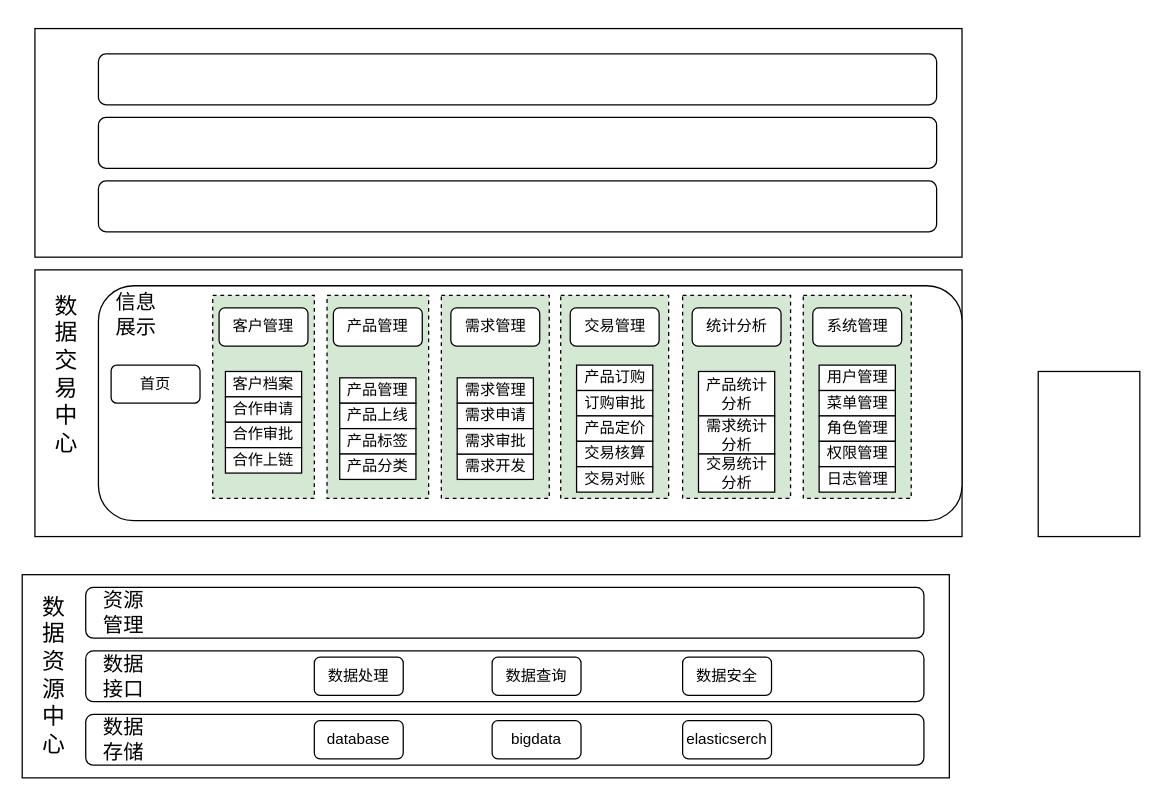
This is page "第 1 页" (1 of 2) of drawio/数据平台.drawio from raingnight/Blog_Pic, a draw.io file, before an edit. Source tidied: cells renumbered, new cells numbered last; positions are measured from the earlier drawing's top-left corner, leaving out a move shared by most shapes. Both pictures are drawn from the tidied source at 127%, with x=0, y=0 at pixel (22, 28).
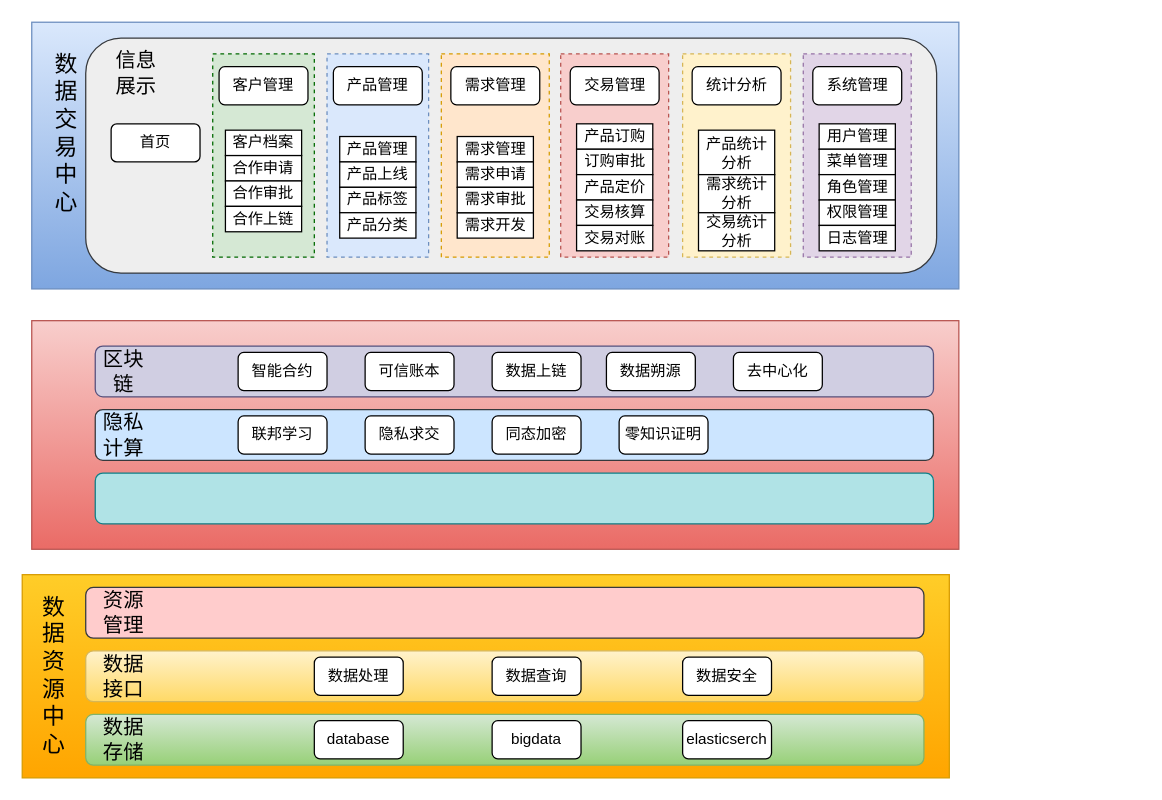
Above is the later version.

Commit message:
更新数据平台.drawio

What changed in the source:
```diff
@@
-    <mxCell id="2" style="rounded=0;whiteSpace=wrap;html=1;" parent="1" vertex="1">
+    <mxCell id="2" style="rounded=0;whiteSpace=wrap;html=1;fillColor=#ffcd28;gradientColor=#ffa500;strokeColor=#d79b00;" parent="1" vertex="1">
       <mxGeometry y="430" width="730" height="160" as="geometry" />
     </mxCell>
-    <mxCell id="3" style="rounded=0;whiteSpace=wrap;html=1;" parent="1" vertex="1">
-      <mxGeometry x="10" y="190" width="730" height="210" as="geometry" />
+    <mxCell id="3" style="rounded=0;whiteSpace=wrap;html=1;fillColor=#dae8fc;strokeColor=#6c8ebf;gradientColor=#7ea6e0;" parent="1" vertex="1">
+      <mxGeometry x="7.5" y="-5" width="730" height="210" as="geometry" />
     </mxCell>
-    <mxCell id="4" style="rounded=0;whiteSpace=wrap;html=1;" parent="1" vertex="1">
-      <mxGeometry x="10" width="730" height="180" as="geometry" />
+    <mxCell id="4" style="rounded=0;whiteSpace=wrap;html=1;fillColor=#f8cecc;gradientColor=#ea6b66;strokeColor=#b85450;gradientDirection=south;" parent="1" vertex="1">
+      <mxGeometry x="7.5" y="230" width="730" height="180" as="geometry" />
     </mxCell>
-    <mxCell id="5" style="rounded=1;whiteSpace=wrap;html=1;" parent="1" vertex="1">
+    <mxCell id="5" style="rounded=1;whiteSpace=wrap;html=1;fillColor=#fff2cc;gradientColor=#ffd966;strokeColor=#d6b656;" parent="1" vertex="1">
       <mxGeometry x="50" y="490" width="660" height="40" as="geometry" />
     </mxCell>
-    <mxCell id="6" style="rounded=1;whiteSpace=wrap;html=1;" parent="1" vertex="1">
+    <mxCell id="6" style="rounded=1;whiteSpace=wrap;html=1;fillColor=#d5e8d4;gradientColor=#97d077;strokeColor=#82b366;" parent="1" vertex="1">
       <mxGeometry x="50" y="540" width="660" height="40" as="geometry" />
     </mxCell>
-    <mxCell id="7" style="rounded=1;whiteSpace=wrap;html=1;" parent="1" vertex="1">
+    <mxCell id="7" style="rounded=1;whiteSpace=wrap;html=1;fillColor=#ffcccc;strokeColor=#36393d;" parent="1" vertex="1">
       <mxGeometry x="50" y="440" width="660" height="40" as="geometry" />
     </mxCell>
-    <mxCell id="8" style="rounded=1;whiteSpace=wrap;html=1;" parent="1" vertex="1">
-      <mxGeometry x="60" y="202.5" width="680" height="185" as="geometry" />
+    <mxCell id="8" style="rounded=1;whiteSpace=wrap;html=1;fillColor=#eeeeee;strokeColor=#36393d;" parent="1" vertex="1">
+      <mxGeometry x="50" y="7.5" width="670" height="185" as="geometry" />
     </mxCell>
-    <mxCell id="9" style="rounded=1;whiteSpace=wrap;html=1;" parent="1" vertex="1">
-      <mxGeometry x="60" y="20" width="660" height="40" as="geometry" />
+    <mxCell id="9" style="rounded=1;whiteSpace=wrap;html=1;fillColor=#d0cee2;strokeColor=#56517e;" parent="1" vertex="1">
+      <mxGeometry x="57.5" y="250" width="660" height="40" as="geometry" />
     </mxCell>
-    <mxCell id="10" style="rounded=1;whiteSpace=wrap;html=1;" parent="1" vertex="1">
-      <mxGeometry x="60" y="70" width="660" height="40" as="geometry" />
+    <mxCell id="10" style="rounded=1;whiteSpace=wrap;html=1;fillColor=#cce5ff;strokeColor=#36393d;" parent="1" vertex="1">
+      <mxGeometry x="57.5" y="300" width="660" height="40" as="geometry" />
     </mxCell>
-    <mxCell id="11" style="rounded=1;whiteSpace=wrap;html=1;" parent="1" vertex="1">
-      <mxGeometry x="60" y="120" width="660" height="40" as="geometry" />
+    <mxCell id="11" style="rounded=1;whiteSpace=wrap;html=1;fillColor=#b0e3e6;strokeColor=#0e8088;" parent="1" vertex="1">
+      <mxGeometry x="57.5" y="350" width="660" height="40" as="geometry" />
     </mxCell>
@@
     <mxCell id="22" value="数据交易中心" style="text;html=1;strokeColor=none;fillColor=none;align=center;verticalAlign=middle;whiteSpace=wrap;rounded=0;fontSize=18;" parent="1" vertex="1">
-      <mxGeometry x="30" y="205" width="10" height="135" as="geometry" />
+      <mxGeometry x="30" y="15" width="10" height="135" as="geometry" />
     </mxCell>
     <mxCell id="23" value="信息展示" style="text;html=1;strokeColor=none;fillColor=none;align=center;verticalAlign=middle;whiteSpace=wrap;rounded=0;fontSize=16;" parent="1" vertex="1">
-      <mxGeometry x="70" y="210" width="40" height="30" as="geometry" />
+      <mxGeometry x="70" y="20" width="40" height="30" as="geometry" />
     </mxCell>
     <mxCell id="24" value="首页" style="rounded=1;whiteSpace=wrap;html=1;" parent="1" vertex="1">
-      <mxGeometry x="70" y="265" width="70" height="30" as="geometry" />
+      <mxGeometry x="70" y="75" width="70" height="30" as="geometry" />
     </mxCell>
-    <mxCell id="25" style="rounded=0;whiteSpace=wrap;html=1;" parent="1" vertex="1">
-      <mxGeometry x="800" y="270" width="80" height="130" as="geometry" />
-    </mxCell>
+    <mxCell id="65" style="group;" parent="1" vertex="1">
+      <mxGeometry x="150" y="20" width="80" height="160" as="geometry" />
+    </mxCell>
-    <mxCell id="26" style="rounded=0;whiteSpace=wrap;html=1;fillColor=#d5e8d4;strokeColor=#000000;dashed=1;" parent="1" vertex="1">
-      <mxGeometry x="150" y="210" width="80" height="160" as="geometry" />
+    <mxCell id="26" style="rounded=0;whiteSpace=wrap;html=1;fillColor=#d5e8d4;strokeColor=#006900;dashed=1;" parent="65" vertex="1">
+      <mxGeometry width="80" height="160" as="geometry" />
     </mxCell>
-    <mxCell id="27" value="客户管理" style="rounded=1;whiteSpace=wrap;html=1;" parent="1" vertex="1">
-      <mxGeometry x="155" y="220" width="70" height="30" as="geometry" />
+    <mxCell id="27" value="客户管理" style="rounded=1;whiteSpace=wrap;html=1;" parent="65" vertex="1">
+      <mxGeometry x="5" y="10" width="70" height="30" as="geometry" />
     </mxCell>
-    <mxCell id="28" style="group;" parent="1" vertex="1">
-      <mxGeometry x="160" y="270" width="60" height="80" as="geometry" />
+    <mxCell id="28" style="group;" parent="65" vertex="1">
+      <mxGeometry x="10" y="60" width="60" height="80" as="geometry" />
     </mxCell>
@@
+    <mxCell id="66" style="group;" parent="1" vertex="1">
+      <mxGeometry x="240" y="20" width="80" height="160" as="geometry" />
+    </mxCell>
-    <mxCell id="33" style="rounded=0;whiteSpace=wrap;html=1;fillColor=#d5e8d4;strokeColor=#000000;dashed=1;" parent="1" vertex="1">
-      <mxGeometry x="240" y="210" width="80" height="160" as="geometry" />
+    <mxCell id="33" style="rounded=0;whiteSpace=wrap;html=1;fillColor=#dae8fc;strokeColor=#6c8ebf;dashed=1;" parent="66" vertex="1">
+      <mxGeometry width="80" height="160" as="geometry" />
     </mxCell>
-    <mxCell id="34" value="产品管理" style="rounded=1;whiteSpace=wrap;html=1;" parent="1" vertex="1">
-      <mxGeometry x="245" y="220" width="70" height="30" as="geometry" />
+    <mxCell id="34" value="产品管理" style="rounded=1;whiteSpace=wrap;html=1;" parent="66" vertex="1">
+      <mxGeometry x="5" y="10" width="70" height="30" as="geometry" />
     </mxCell>
-    <mxCell id="35" style="group;" parent="1" vertex="1">
-      <mxGeometry x="250" y="275" width="60" height="80" as="geometry" />
+    <mxCell id="35" style="group;" parent="66" vertex="1">
+      <mxGeometry x="10" y="65" width="60" height="80" as="geometry" />
     </mxCell>
@@
+    <mxCell id="67" style="group;" parent="1" vertex="1">
+      <mxGeometry x="330" y="20" width="85" height="160" as="geometry" />
+    </mxCell>
-    <mxCell id="40" style="rounded=0;whiteSpace=wrap;html=1;fillColor=#d5e8d4;strokeColor=#000000;dashed=1;" parent="1" vertex="1">
-      <mxGeometry x="330" y="210" width="85" height="160" as="geometry" />
+    <mxCell id="40" style="rounded=0;whiteSpace=wrap;html=1;fillColor=#ffe6cc;strokeColor=#d79b00;dashed=1;" parent="67" vertex="1">
+      <mxGeometry width="85" height="160" as="geometry" />
     </mxCell>
-    <mxCell id="41" value="需求管理" style="rounded=1;whiteSpace=wrap;html=1;" parent="1" vertex="1">
-      <mxGeometry x="337.5" y="220" width="70" height="30" as="geometry" />
+    <mxCell id="41" value="需求管理" style="rounded=1;whiteSpace=wrap;html=1;" parent="67" vertex="1">
+      <mxGeometry x="7.5" y="10" width="70" height="30" as="geometry" />
     </mxCell>
-    <mxCell id="42" value="需求管理" style="rounded=0;whiteSpace=wrap;html=1;" parent="1" vertex="1">
-      <mxGeometry x="342.5" y="275" width="60" height="20" as="geometry" />
+    <mxCell id="42" value="需求管理" style="rounded=0;whiteSpace=wrap;html=1;" parent="67" vertex="1">
+      <mxGeometry x="12.5" y="65" width="60" height="20" as="geometry" />
     </mxCell>
-    <mxCell id="43" value="需求申请" style="rounded=0;whiteSpace=wrap;html=1;" parent="1" vertex="1">
-      <mxGeometry x="342.5" y="295" width="60" height="20" as="geometry" />
+    <mxCell id="43" value="需求申请" style="rounded=0;whiteSpace=wrap;html=1;" parent="67" vertex="1">
+      <mxGeometry x="12.5" y="85" width="60" height="20" as="geometry" />
     </mxCell>
-    <mxCell id="44" value="需求开发" style="rounded=0;whiteSpace=wrap;html=1;" parent="1" vertex="1">
-      <mxGeometry x="342.5" y="335" width="60" height="20" as="geometry" />
+    <mxCell id="44" value="需求开发" style="rounded=0;whiteSpace=wrap;html=1;" parent="67" vertex="1">
+      <mxGeometry x="12.5" y="125" width="60" height="20" as="geometry" />
     </mxCell>
-    <mxCell id="45" value="需求审批" style="rounded=0;whiteSpace=wrap;html=1;" parent="1" vertex="1">
-      <mxGeometry x="342.5" y="315" width="60" height="20" as="geometry" />
+    <mxCell id="45" value="需求审批" style="rounded=0;whiteSpace=wrap;html=1;" parent="67" vertex="1">
+      <mxGeometry x="12.5" y="105" width="60" height="20" as="geometry" />
     </mxCell>
+    <mxCell id="68" style="group;" parent="1" vertex="1">
+      <mxGeometry x="424" y="20" width="85" height="160" as="geometry" />
+    </mxCell>
-    <mxCell id="46" style="rounded=0;whiteSpace=wrap;html=1;fillColor=#d5e8d4;strokeColor=#000000;dashed=1;" parent="1" vertex="1">
-      <mxGeometry x="424" y="210" width="85" height="160" as="geometry" />
+    <mxCell id="46" style="rounded=0;whiteSpace=wrap;html=1;fillColor=#f8cecc;strokeColor=#b85450;dashed=1;" parent="68" vertex="1">
+      <mxGeometry width="85" height="160" as="geometry" />
     </mxCell>
-    <mxCell id="47" style="rounded=0;whiteSpace=wrap;html=1;fillColor=#d5e8d4;strokeColor=#000000;dashed=1;" parent="1" vertex="1">
-      <mxGeometry x="520" y="210" width="85" height="160" as="geometry" />
-    </mxCell>
-    <mxCell id="48" style="rounded=0;whiteSpace=wrap;html=1;fillColor=#d5e8d4;strokeColor=#000000;dashed=1;" parent="1" vertex="1">
-      <mxGeometry x="615" y="210" width="85" height="160" as="geometry" />
-    </mxCell>
-    <mxCell id="49" value="交易管理" style="rounded=1;whiteSpace=wrap;html=1;" parent="1" vertex="1">
-      <mxGeometry x="431.5" y="220" width="70" height="30" as="geometry" />
+    <mxCell id="49" value="交易管理" style="rounded=1;whiteSpace=wrap;html=1;" parent="68" vertex="1">
+      <mxGeometry x="7.5" y="10" width="70" height="30" as="geometry" />
     </mxCell>
-    <mxCell id="50" value="统计分析" style="rounded=1;whiteSpace=wrap;html=1;" parent="1" vertex="1">
-      <mxGeometry x="527.5" y="220" width="70" height="30" as="geometry" />
-    </mxCell>
-    <mxCell id="51" value="系统管理" style="rounded=1;whiteSpace=wrap;html=1;" parent="1" vertex="1">
-      <mxGeometry x="622.5" y="220" width="70" height="30" as="geometry" />
-    </mxCell>
-    <mxCell id="52" value="产品订购" style="rounded=0;whiteSpace=wrap;html=1;" parent="1" vertex="1">
-      <mxGeometry x="436.5" y="265" width="60" height="20" as="geometry" />
+    <mxCell id="52" value="产品订购" style="rounded=0;whiteSpace=wrap;html=1;" parent="68" vertex="1">
+      <mxGeometry x="12.5" y="55" width="60" height="20" as="geometry" />
     </mxCell>
-    <mxCell id="53" value="订购审批" style="rounded=0;whiteSpace=wrap;html=1;" parent="1" vertex="1">
-      <mxGeometry x="436.5" y="285" width="60" height="20" as="geometry" />
+    <mxCell id="53" value="订购审批" style="rounded=0;whiteSpace=wrap;html=1;" parent="68" vertex="1">
+      <mxGeometry x="12.5" y="75" width="60" height="20" as="geometry" />
     </mxCell>
-    <mxCell id="54" value="产品定价" style="rounded=0;whiteSpace=wrap;html=1;" parent="1" vertex="1">
-      <mxGeometry x="436.5" y="305" width="60" height="20" as="geometry" />
+    <mxCell id="54" value="产品定价" style="rounded=0;whiteSpace=wrap;html=1;" parent="68" vertex="1">
+      <mxGeometry x="12.5" y="95" width="60" height="20" as="geometry" />
     </mxCell>
-    <mxCell id="55" value="交易核算" style="rounded=0;whiteSpace=wrap;html=1;" parent="1" vertex="1">
-      <mxGeometry x="436.5" y="325" width="60" height="20" as="geometry" />
+    <mxCell id="55" value="交易核算" style="rounded=0;whiteSpace=wrap;html=1;" parent="68" vertex="1">
+      <mxGeometry x="12.5" y="115" width="60" height="20" as="geometry" />
     </mxCell>
-    <mxCell id="56" value="交易对账" style="rounded=0;whiteSpace=wrap;html=1;" parent="1" vertex="1">
-      <mxGeometry x="436.5" y="345" width="60" height="20" as="geometry" />
+    <mxCell id="56" value="交易对账" style="rounded=0;whiteSpace=wrap;html=1;" parent="68" vertex="1">
+      <mxGeometry x="12.5" y="135" width="60" height="20" as="geometry" />
     </mxCell>
+    <mxCell id="69" style="group;" parent="1" vertex="1">
+      <mxGeometry x="520" y="20" width="85" height="160" as="geometry" />
+    </mxCell>
+    <mxCell id="47" style="rounded=0;whiteSpace=wrap;html=1;fillColor=#fff2cc;strokeColor=#d6b656;dashed=1;" parent="69" vertex="1">
+      <mxGeometry width="85" height="160" as="geometry" />
+    </mxCell>
+    <mxCell id="50" value="统计分析" style="rounded=1;whiteSpace=wrap;html=1;" parent="69" vertex="1">
+      <mxGeometry x="7.5" y="10" width="70" height="30" as="geometry" />
+    </mxCell>
-    <mxCell id="57" value="产品统计分析" style="rounded=0;whiteSpace=wrap;html=1;" parent="1" vertex="1">
-      <mxGeometry x="532.5" y="270" width="60" height="35" as="geometry" />
+    <mxCell id="57" value="产品统计分析" style="rounded=0;whiteSpace=wrap;html=1;" parent="69" vertex="1">
+      <mxGeometry x="12.5" y="60" width="60" height="35" as="geometry" />
     </mxCell>
-    <mxCell id="58" value="需求统计分析" style="rounded=0;whiteSpace=wrap;html=1;" parent="1" vertex="1">
-      <mxGeometry x="532.5" y="305" width="60" height="30" as="geometry" />
+    <mxCell id="58" value="需求统计分析" style="rounded=0;whiteSpace=wrap;html=1;" parent="69" vertex="1">
+      <mxGeometry x="12.5" y="95" width="60" height="30" as="geometry" />
     </mxCell>
-    <mxCell id="59" value="交易统计分析" style="rounded=0;whiteSpace=wrap;html=1;" parent="1" vertex="1">
-      <mxGeometry x="532.5" y="335" width="60" height="30" as="geometry" />
+    <mxCell id="59" value="交易统计分析" style="rounded=0;whiteSpace=wrap;html=1;" parent="69" vertex="1">
+      <mxGeometry x="12.5" y="125" width="60" height="30" as="geometry" />
     </mxCell>
+    <mxCell id="70" style="group;" parent="1" vertex="1">
+      <mxGeometry x="615" y="20" width="85" height="160" as="geometry" />
+    </mxCell>
+    <mxCell id="48" style="rounded=0;whiteSpace=wrap;html=1;fillColor=#e1d5e7;strokeColor=#9673a6;dashed=1;" parent="70" vertex="1">
+      <mxGeometry width="85" height="160" as="geometry" />
+    </mxCell>
+    <mxCell id="51" value="系统管理" style="rounded=1;whiteSpace=wrap;html=1;" parent="70" vertex="1">
+      <mxGeometry x="7.5" y="10" width="70" height="30" as="geometry" />
+    </mxCell>
-    <mxCell id="60" value="用户管理" style="rounded=0;whiteSpace=wrap;html=1;" parent="1" vertex="1">
-      <mxGeometry x="627.5" y="265" width="60" height="20" as="geometry" />
+    <mxCell id="60" value="用户管理" style="rounded=0;whiteSpace=wrap;html=1;" parent="70" vertex="1">
+      <mxGeometry x="12.5" y="55" width="60" height="20" as="geometry" />
     </mxCell>
-    <mxCell id="61" value="菜单管理" style="rounded=0;whiteSpace=wrap;html=1;" parent="1" vertex="1">
-      <mxGeometry x="627.5" y="285" width="60" height="20" as="geometry" />
+    <mxCell id="61" value="菜单管理" style="rounded=0;whiteSpace=wrap;html=1;" parent="70" vertex="1">
+      <mxGeometry x="12.5" y="75" width="60" height="20" as="geometry" />
     </mxCell>
-    <mxCell id="62" value="角色管理" style="rounded=0;whiteSpace=wrap;html=1;" parent="1" vertex="1">
-      <mxGeometry x="627.5" y="305" width="60" height="20" as="geometry" />
+    <mxCell id="62" value="角色管理" style="rounded=0;whiteSpace=wrap;html=1;" parent="70" vertex="1">
+      <mxGeometry x="12.5" y="95" width="60" height="20" as="geometry" />
     </mxCell>
-    <mxCell id="63" value="权限管理" style="rounded=0;whiteSpace=wrap;html=1;" parent="1" vertex="1">
-      <mxGeometry x="627.5" y="325" width="60" height="20" as="geometry" />
+    <mxCell id="63" value="权限管理" style="rounded=0;whiteSpace=wrap;html=1;" parent="70" vertex="1">
+      <mxGeometry x="12.5" y="115" width="60" height="20" as="geometry" />
     </mxCell>
-    <mxCell id="64" value="日志管理" style="rounded=0;whiteSpace=wrap;html=1;" parent="1" vertex="1">
-      <mxGeometry x="627.5" y="345" width="60" height="20" as="geometry" />
+    <mxCell id="64" value="日志管理" style="rounded=0;whiteSpace=wrap;html=1;" parent="70" vertex="1">
+      <mxGeometry x="12.5" y="135" width="60" height="20" as="geometry" />
     </mxCell>
+    <mxCell id="71" value="区块链" style="text;html=1;strokeColor=none;fillColor=none;align=center;verticalAlign=middle;whiteSpace=wrap;rounded=0;fontSize=16;" parent="1" vertex="1">
+      <mxGeometry x="60" y="255" width="40" height="30" as="geometry" />
+    </mxCell>
+    <mxCell id="72" value="智能合约" style="rounded=1;whiteSpace=wrap;html=1;" parent="1" vertex="1">
+      <mxGeometry x="170" y="255" width="70" height="30" as="geometry" />
+    </mxCell>
+    <mxCell id="73" value="可信账本" style="rounded=1;whiteSpace=wrap;html=1;" parent="1" vertex="1">
+      <mxGeometry x="270" y="255" width="70" height="30" as="geometry" />
+    </mxCell>
+    <mxCell id="74" value="隐私计算" style="text;html=1;strokeColor=none;fillColor=none;align=center;verticalAlign=middle;whiteSpace=wrap;rounded=0;fontSize=16;" parent="1" vertex="1">
+      <mxGeometry x="60" y="305" width="40" height="30" as="geometry" />
+    </mxCell>
+    <mxCell id="75" value="联邦学习" style="rounded=1;whiteSpace=wrap;html=1;" parent="1" vertex="1">
+      <mxGeometry x="170" y="305" width="70" height="30" as="geometry" />
+    </mxCell>
+    <mxCell id="76" value="隐私求交" style="rounded=1;whiteSpace=wrap;html=1;" parent="1" vertex="1">
+      <mxGeometry x="270" y="305" width="70" height="30" as="geometry" />
+    </mxCell>
+    <mxCell id="77" value="同态加密" style="rounded=1;whiteSpace=wrap;html=1;" parent="1" vertex="1">
+      <mxGeometry x="370" y="305" width="70" height="30" as="geometry" />
+    </mxCell>
+    <mxCell id="78" value="零知识证明" style="rounded=1;whiteSpace=wrap;html=1;" parent="1" vertex="1">
+      <mxGeometry x="470" y="305" width="70" height="30" as="geometry" />
+    </mxCell>
+    <mxCell id="79" value="数据上链" style="rounded=1;whiteSpace=wrap;html=1;" parent="1" vertex="1">
+      <mxGeometry x="370" y="255" width="70" height="30" as="geometry" />
+    </mxCell>
+    <mxCell id="80" value="数据朔源" style="rounded=1;whiteSpace=wrap;html=1;" parent="1" vertex="1">
+      <mxGeometry x="460" y="255" width="70" height="30" as="geometry" />
+    </mxCell>
+    <mxCell id="81" value="去中心化" style="rounded=1;whiteSpace=wrap;html=1;" parent="1" vertex="1">
+      <mxGeometry x="560" y="255" width="70" height="30" as="geometry" />
+    </mxCell>
```
